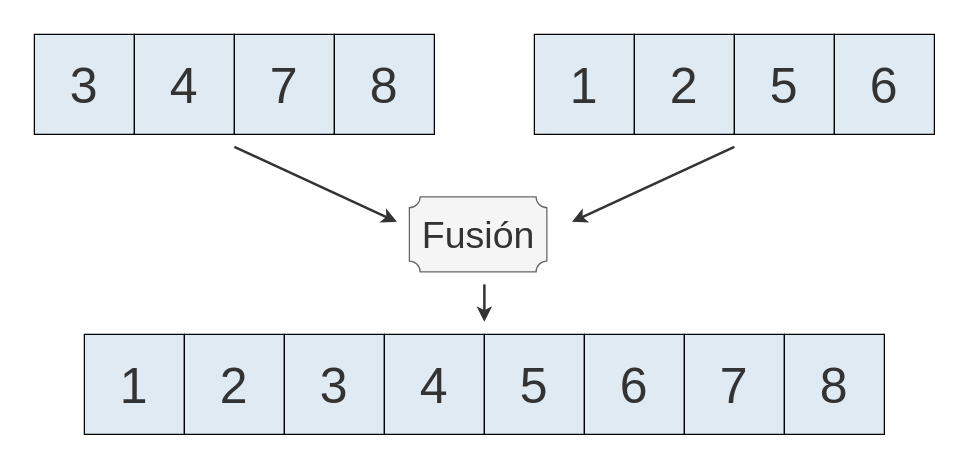
ee-unr/programacion-2 keeps this draw.io diagram as page "0" (1 of 14) of teoria/04_estructuras_y_algoritmos/imgs/03/merge_sort_fusion.drawio. Above is the earlier version. Source tidied: cells renumbered, new cells numbered last; positions are measured from the earlier drawing's top-left corner, leaving out a move shared by most shapes. Both pictures are drawn from the tidied source at 125%, with x=0, y=0 at pixel (34, 34).
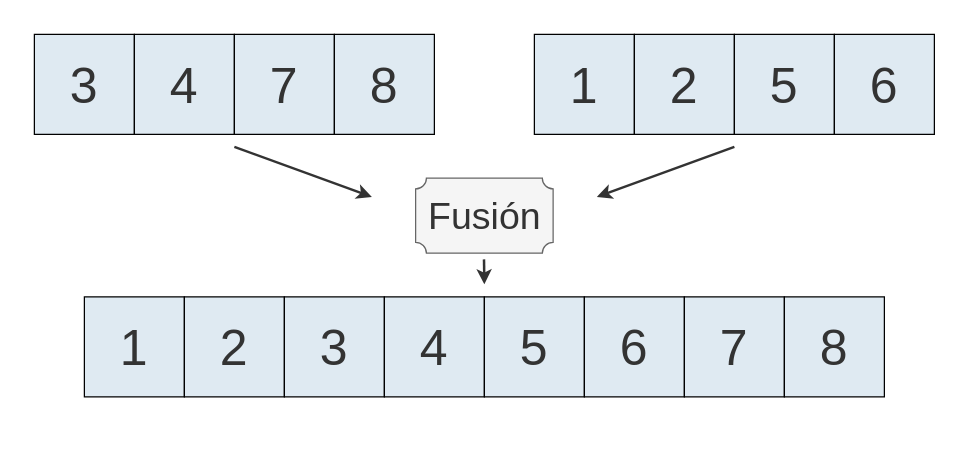
The same diagram, later.

Diff of the diagram source:
```diff
@@
+    <mxCell id="24" style="rounded=0;whiteSpace=wrap;html=1;fillColor=none;strokeColor=none;" parent="1" vertex="1">
+      <mxGeometry x="-10" y="-10" width="740" height="310" as="geometry" />
+    </mxCell>
@@
     <mxCell id="10" value="&lt;font style=&quot;font-size: 40px;&quot; color=&quot;#333333&quot; face=&quot;Cascadia Code&quot;&gt;1&lt;/font&gt;" style="rounded=0;whiteSpace=wrap;html=1;fillColor=#DFEAF2;fontSize=34;" parent="1" vertex="1">
-      <mxGeometry x="40" y="240" width="80" height="80" as="geometry" />
+      <mxGeometry x="40" y="210" width="80" height="80" as="geometry" />
     </mxCell>
     <mxCell id="11" value="&lt;font style=&quot;font-size: 40px;&quot; color=&quot;#333333&quot; face=&quot;Cascadia Code&quot;&gt;2&lt;/font&gt;" style="rounded=0;whiteSpace=wrap;html=1;fillColor=#DFEAF2;fontSize=34;" parent="1" vertex="1">
-      <mxGeometry x="120" y="240" width="80" height="80" as="geometry" />
+      <mxGeometry x="120" y="210" width="80" height="80" as="geometry" />
     </mxCell>
     <mxCell id="12" value="&lt;font style=&quot;font-size: 40px;&quot; color=&quot;#333333&quot; face=&quot;Cascadia Code&quot;&gt;3&lt;/font&gt;" style="rounded=0;whiteSpace=wrap;html=1;fillColor=#DFEAF2;fontSize=34;" parent="1" vertex="1">
-      <mxGeometry x="200" y="240" width="80" height="80" as="geometry" />
+      <mxGeometry x="200" y="210" width="80" height="80" as="geometry" />
     </mxCell>
     <mxCell id="13" value="&lt;font style=&quot;font-size: 40px;&quot; color=&quot;#333333&quot; face=&quot;Cascadia Code&quot;&gt;4&lt;/font&gt;" style="rounded=0;whiteSpace=wrap;html=1;fillColor=#DFEAF2;fontSize=34;" parent="1" vertex="1">
-      <mxGeometry x="280" y="240" width="80" height="80" as="geometry" />
+      <mxGeometry x="280" y="210" width="80" height="80" as="geometry" />
     </mxCell>
     <mxCell id="14" value="&lt;font style=&quot;font-size: 40px;&quot; color=&quot;#333333&quot; face=&quot;Cascadia Code&quot;&gt;5&lt;/font&gt;" style="rounded=0;whiteSpace=wrap;html=1;fillColor=#DFEAF2;fontSize=34;" parent="1" vertex="1">
-      <mxGeometry x="360" y="240" width="80" height="80" as="geometry" />
+      <mxGeometry x="360" y="210" width="80" height="80" as="geometry" />
     </mxCell>
     <mxCell id="15" value="&lt;font style=&quot;font-size: 40px;&quot; color=&quot;#333333&quot; face=&quot;Cascadia Code&quot;&gt;6&lt;/font&gt;" style="rounded=0;whiteSpace=wrap;html=1;fillColor=#DFEAF2;fontSize=34;" parent="1" vertex="1">
-      <mxGeometry x="440" y="240" width="80" height="80" as="geometry" />
+      <mxGeometry x="440" y="210" width="80" height="80" as="geometry" />
     </mxCell>
     <mxCell id="16" value="&lt;font style=&quot;font-size: 40px;&quot; color=&quot;#333333&quot; face=&quot;Cascadia Code&quot;&gt;7&lt;/font&gt;" style="rounded=0;whiteSpace=wrap;html=1;fillColor=#DFEAF2;fontSize=34;" parent="1" vertex="1">
-      <mxGeometry x="520" y="240" width="80" height="80" as="geometry" />
+      <mxGeometry x="520" y="210" width="80" height="80" as="geometry" />
     </mxCell>
     <mxCell id="17" value="&lt;font style=&quot;font-size: 40px;&quot; color=&quot;#333333&quot; face=&quot;Cascadia Code&quot;&gt;8&lt;/font&gt;" style="rounded=0;whiteSpace=wrap;html=1;fillColor=#DFEAF2;fontSize=34;" parent="1" vertex="1">
-      <mxGeometry x="600" y="240" width="80" height="80" as="geometry" />
+      <mxGeometry x="600" y="210" width="80" height="80" as="geometry" />
     </mxCell>
     <mxCell id="18" style="endArrow=classic;html=1;rounded=0;fontColor=#333333;strokeColor=#333333;strokeWidth=2;" parent="1" edge="1">
       <mxGeometry relative="1" as="geometry">
         <mxPoint x="160" y="90" as="sourcePoint" />
-        <mxPoint x="290" y="150" as="targetPoint" />
+        <mxPoint x="270" y="130" as="targetPoint" />
       </mxGeometry>
     </mxCell>
-    <mxCell id="19" style="endArrow=classic;html=1;rounded=0;fontColor=#333333;strokeColor=#333333;strokeWidth=2;" parent="1" edge="1">
-      <mxGeometry relative="1" as="geometry">
-        <mxPoint x="560" y="90" as="sourcePoint" />
-        <mxPoint x="430" y="150" as="targetPoint" />
-      </mxGeometry>
-    </mxCell>
     <mxCell id="20" style="endArrow=classic;html=1;rounded=0;strokeColor=#333333;strokeWidth=2;" parent="1" edge="1">
       <mxGeometry relative="1" as="geometry">
-        <mxPoint x="360" y="200" as="sourcePoint" />
-        <mxPoint x="360" y="230" as="targetPoint" />
+        <mxPoint x="359.7" y="180" as="sourcePoint" />
+        <mxPoint x="360" y="200" as="targetPoint" />
       </mxGeometry>
     </mxCell>
-    <mxCell id="21" style="group;" parent="1" vertex="1">
-      <mxGeometry x="300" y="130" width="110" height="60" as="geometry" />
-    </mxCell>
-    <mxCell id="22" style="verticalLabelPosition=bottom;verticalAlign=top;html=1;shape=mxgraph.basic.plaque;dx=4.31;whiteSpace=wrap;fillColor=#f5f5f5;fontColor=#333333;strokeColor=#666666;" parent="21" vertex="1">
-      <mxGeometry width="110" height="60" as="geometry" />
+    <mxCell id="22" style="verticalLabelPosition=bottom;verticalAlign=top;html=1;shape=mxgraph.basic.plaque;dx=4.31;whiteSpace=wrap;fillColor=#f5f5f5;fontColor=#333333;strokeColor=#666666;" parent="1" vertex="1">
+      <mxGeometry x="305" y="115" width="110" height="60" as="geometry" />
     </mxCell>
-    <mxCell id="23" value="&lt;font style=&quot;color: rgb(51, 51, 51); font-size: 30px;&quot;&gt;Fusión&lt;/font&gt;" style="text;html=1;align=center;verticalAlign=middle;whiteSpace=wrap;rounded=0;" parent="21" vertex="1">
-      <mxGeometry x="16.5" y="12" width="77" height="36" as="geometry" />
+    <mxCell id="23" value="&lt;font style=&quot;color: rgb(51, 51, 51); font-size: 30px;&quot;&gt;Fusión&lt;/font&gt;" style="text;html=1;align=center;verticalAlign=middle;whiteSpace=wrap;rounded=0;" parent="1" vertex="1">
+      <mxGeometry x="321.5" y="127" width="77" height="36" as="geometry" />
     </mxCell>
+    <mxCell id="25" style="endArrow=classic;html=1;rounded=0;fontColor=#333333;strokeColor=#333333;strokeWidth=2;" parent="1" edge="1">
+      <mxGeometry relative="1" as="geometry">
+        <mxPoint x="560" y="90" as="sourcePoint" />
+        <mxPoint x="450" y="130" as="targetPoint" />
+      </mxGeometry>
+    </mxCell>
```
